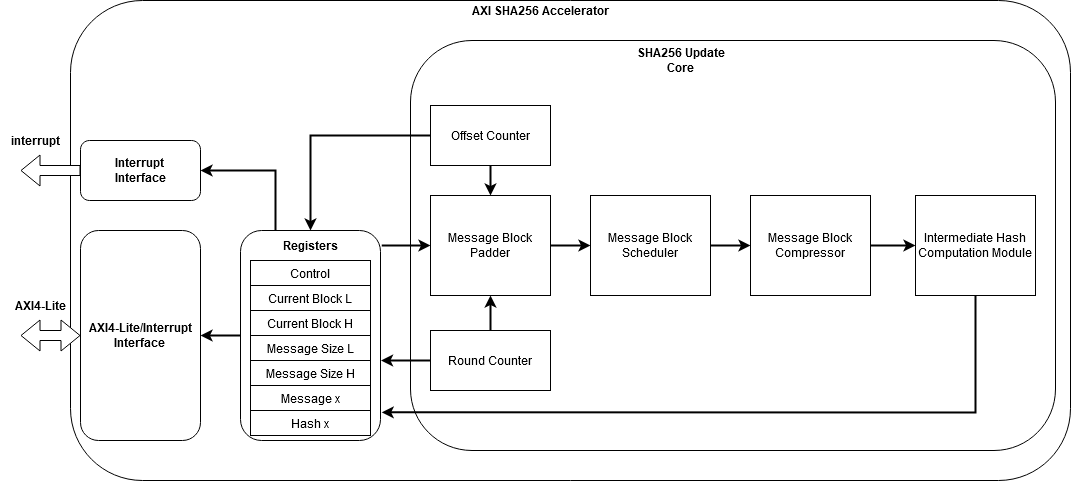
plmwd/sha256-accelerator keeps this draw.io diagram as SHA256-HardwareImplementation-AXI-SHA256.png. Above is the earlier version. Source tidied: cells renumbered, new cells last; positions are measured from the earlier drawing's top-left corner, leaving out a move shared by most shapes. Source of this version:
```xml
<mxGraphModel>
  <root>
    <mxCell id="0" />
    <mxCell id="1" parent="0" />
    <mxCell id="2" style="rounded=1;whiteSpace=wrap;html=1;" parent="1" vertex="1">
      <mxGeometry x="70" width="1000" height="480" as="geometry" />
    </mxCell>
    <mxCell id="3" style="rounded=1;whiteSpace=wrap;html=1;" parent="1" vertex="1">
      <mxGeometry x="410" y="40" width="645" height="410" as="geometry" />
    </mxCell>
    <mxCell id="4" value="&lt;div&gt;&lt;b&gt;AXI4-Lite/Interrupt&lt;/b&gt;&lt;/div&gt;&lt;div&gt;&lt;b&gt;Interface&lt;br&gt;&lt;/b&gt;&lt;/div&gt;" style="rounded=1;whiteSpace=wrap;html=1;" parent="1" vertex="1">
      <mxGeometry x="80" y="230" width="120" height="210" as="geometry" />
    </mxCell>
    <mxCell id="5" style="edgeStyle=orthogonalEdgeStyle;rounded=0;jettySize=auto;html=1;exitX=0.5;exitY=0;exitDx=0;exitDy=0;entryX=0.5;entryY=1;entryDx=0;entryDy=0;strokeWidth=2;" parent="1" edge="1" source="14" target="8">
      <mxGeometry relative="1" as="geometry" />
    </mxCell>
    <mxCell id="6" style="edgeStyle=orthogonalEdgeStyle;rounded=0;jettySize=auto;html=1;exitX=0.5;exitY=1;exitDx=0;exitDy=0;entryX=0.5;entryY=0;entryDx=0;entryDy=0;strokeWidth=2;" parent="1" edge="1" source="16" target="8">
      <mxGeometry relative="1" as="geometry" />
    </mxCell>
    <mxCell id="7" style="edgeStyle=orthogonalEdgeStyle;rounded=0;jettySize=auto;html=1;exitX=1;exitY=0.5;exitDx=0;exitDy=0;entryX=0;entryY=0.5;entryDx=0;entryDy=0;strokeWidth=2;" parent="1" edge="1" source="8" target="10">
      <mxGeometry relative="1" as="geometry" />
    </mxCell>
    <mxCell id="8" value="Message Block Padder" style="rounded=0;whiteSpace=wrap;html=1;" parent="1" vertex="1">
      <mxGeometry x="430" y="195" width="120" height="100" as="geometry" />
    </mxCell>
    <mxCell id="9" style="edgeStyle=orthogonalEdgeStyle;rounded=0;jettySize=auto;html=1;exitX=1;exitY=0.5;exitDx=0;exitDy=0;entryX=0;entryY=0.5;entryDx=0;entryDy=0;strokeWidth=2;" parent="1" edge="1" source="10" target="12">
      <mxGeometry relative="1" as="geometry" />
    </mxCell>
    <mxCell id="10" value="Message Block Scheduler" style="rounded=0;whiteSpace=wrap;html=1;" parent="1" vertex="1">
      <mxGeometry x="590" y="195" width="120" height="100" as="geometry" />
    </mxCell>
    <mxCell id="11" style="edgeStyle=orthogonalEdgeStyle;rounded=0;jettySize=auto;html=1;exitX=1;exitY=0.5;exitDx=0;exitDy=0;entryX=0;entryY=0.5;entryDx=0;entryDy=0;strokeWidth=2;" parent="1" edge="1" source="12" target="18">
      <mxGeometry relative="1" as="geometry" />
    </mxCell>
    <mxCell id="12" value="Message Block Compressor" style="rounded=0;whiteSpace=wrap;html=1;" parent="1" vertex="1">
      <mxGeometry x="750" y="195" width="120" height="100" as="geometry" />
    </mxCell>
    <mxCell id="13" style="edgeStyle=orthogonalEdgeStyle;rounded=0;jettySize=auto;html=1;exitX=0;exitY=0.5;exitDx=0;exitDy=0;entryX=1.004;entryY=0.619;entryDx=0;entryDy=0;entryPerimeter=0;strokeWidth=2;" parent="1" edge="1" source="14" target="29">
      <mxGeometry relative="1" as="geometry" />
    </mxCell>
    <mxCell id="14" value="&lt;div&gt;Round Counter&lt;br&gt;&lt;/div&gt;" style="rounded=0;whiteSpace=wrap;html=1;" parent="1" vertex="1">
      <mxGeometry x="430" y="330" width="120" height="60" as="geometry" />
    </mxCell>
    <mxCell id="15" style="edgeStyle=orthogonalEdgeStyle;rounded=0;jettySize=auto;html=1;exitX=0;exitY=0.5;exitDx=0;exitDy=0;strokeWidth=2;entryX=0.5;entryY=0;entryDx=0;entryDy=0;" parent="1" edge="1" source="16" target="29">
      <mxGeometry relative="1" as="geometry" />
    </mxCell>
    <mxCell id="16" value="Offset Counter" style="rounded=0;whiteSpace=wrap;html=1;" parent="1" vertex="1">
      <mxGeometry x="430" y="105" width="120" height="60" as="geometry" />
    </mxCell>
    <mxCell id="17" style="edgeStyle=orthogonalEdgeStyle;rounded=0;jettySize=auto;html=1;exitX=0.5;exitY=1;exitDx=0;exitDy=0;entryX=1.009;entryY=0.866;entryDx=0;entryDy=0;entryPerimeter=0;strokeWidth=2;" parent="1" edge="1" source="18" target="29">
      <mxGeometry relative="1" as="geometry" />
    </mxCell>
    <mxCell id="18" value="Intermediate Hash Computation Module" style="rounded=0;whiteSpace=wrap;html=1;" parent="1" vertex="1">
      <mxGeometry x="915" y="195" width="120" height="100" as="geometry" />
    </mxCell>
    <mxCell id="19" value="&lt;b&gt;SHA256 Update Core&lt;/b&gt;" style="text;html=1;strokeColor=none;fillColor=none;align=center;verticalAlign=middle;whiteSpace=wrap;rounded=0;" parent="1" vertex="1">
      <mxGeometry x="627.5" y="50" width="105" height="20" as="geometry" />
    </mxCell>
    <mxCell id="20" style="shape=flexArrow;endArrow=classic;html=1;exitX=0;exitY=0.5;exitDx=0;exitDy=0;fillColor=#ffffff;" parent="1" edge="1" source="25">
      <mxGeometry relative="1" as="geometry">
        <mxPoint x="20" y="170" as="targetPoint" />
      </mxGeometry>
    </mxCell>
    <mxCell id="21" value="&lt;div&gt;&lt;b&gt;interrupt&lt;/b&gt;&lt;/div&gt;" style="text;html=1;strokeColor=none;fillColor=none;align=center;verticalAlign=middle;whiteSpace=wrap;rounded=0;" parent="1" vertex="1">
      <mxGeometry y="130" width="70" height="20" as="geometry" />
    </mxCell>
    <mxCell id="22" value="&lt;b&gt;AXI4-Lite&lt;/b&gt;" style="text;html=1;strokeColor=none;fillColor=none;align=center;verticalAlign=middle;whiteSpace=wrap;rounded=0;" parent="1" vertex="1">
      <mxGeometry x="10" y="290" width="60" height="30" as="geometry" />
    </mxCell>
    <mxCell id="23" style="edgeStyle=orthogonalEdgeStyle;rounded=0;jettySize=auto;html=1;exitX=1.009;exitY=0.071;exitDx=0;exitDy=0;entryX=0;entryY=0.5;entryDx=0;entryDy=0;strokeWidth=2;exitPerimeter=0;" parent="1" edge="1" source="29" target="8">
      <mxGeometry relative="1" as="geometry" />
    </mxCell>
    <mxCell id="24" style="edgeStyle=orthogonalEdgeStyle;rounded=0;jettySize=auto;html=1;exitX=0;exitY=0.5;exitDx=0;exitDy=0;entryX=1;entryY=0.5;entryDx=0;entryDy=0;strokeWidth=2;" parent="1" edge="1" source="29" target="4">
      <mxGeometry relative="1" as="geometry" />
    </mxCell>
    <mxCell id="25" value="&lt;div&gt;&lt;b&gt;Interrupt &lt;br&gt;&lt;/b&gt;&lt;/div&gt;&lt;div&gt;&lt;b&gt;Interface&lt;/b&gt;&lt;/div&gt;" style="rounded=1;whiteSpace=wrap;html=1;" parent="1" vertex="1">
      <mxGeometry x="80" y="140" width="120" height="60" as="geometry" />
    </mxCell>
    <mxCell id="26" style="edgeStyle=orthogonalEdgeStyle;rounded=0;jettySize=auto;html=1;exitX=0.25;exitY=0;exitDx=0;exitDy=0;entryX=1;entryY=0.5;entryDx=0;entryDy=0;strokeWidth=2;" parent="1" edge="1" source="29" target="25">
      <mxGeometry relative="1" as="geometry" />
    </mxCell>
    <mxCell id="27" style="group;" parent="1" vertex="1">
      <mxGeometry x="250" y="235" width="140" height="205" as="geometry" />
    </mxCell>
    <mxCell id="28" style="group;" parent="27" vertex="1">
      <mxGeometry y="25" width="140" height="180" as="geometry" />
    </mxCell>
    <mxCell id="29" style="rounded=1;whiteSpace=wrap;html=1;" parent="28" vertex="1">
      <mxGeometry x="-10" y="-30" width="140" height="210" as="geometry" />
    </mxCell>
    <mxCell id="30" value="Current Block H" style="rounded=0;whiteSpace=wrap;html=1;" parent="28" vertex="1">
      <mxGeometry y="50" width="120" height="25" as="geometry" />
    </mxCell>
    <mxCell id="31" value="Current Block L" style="rounded=0;whiteSpace=wrap;html=1;" parent="28" vertex="1">
      <mxGeometry y="25" width="120" height="25" as="geometry" />
    </mxCell>
    <mxCell id="32" value="Control" style="rounded=0;whiteSpace=wrap;html=1;" parent="28" vertex="1">
      <mxGeometry width="120" height="25" as="geometry" />
    </mxCell>
    <mxCell id="33" value="Message Size L" style="rounded=0;whiteSpace=wrap;html=1;" parent="28" vertex="1">
      <mxGeometry y="75" width="120" height="25" as="geometry" />
    </mxCell>
    <mxCell id="34" value="Message Size H" style="rounded=0;whiteSpace=wrap;html=1;" parent="28" vertex="1">
      <mxGeometry y="100" width="120" height="25" as="geometry" />
    </mxCell>
    <mxCell id="35" value="Message x" style="rounded=0;whiteSpace=wrap;html=1;" parent="28" vertex="1">
      <mxGeometry y="125" width="120" height="25" as="geometry" />
    </mxCell>
    <mxCell id="36" value="Hash x" style="rounded=0;whiteSpace=wrap;html=1;" parent="28" vertex="1">
      <mxGeometry y="150" width="120" height="25" as="geometry" />
    </mxCell>
    <mxCell id="37" value="&lt;b&gt;Registers&lt;/b&gt;" style="text;html=1;strokeColor=none;fillColor=none;align=center;verticalAlign=middle;whiteSpace=wrap;rounded=0;" parent="27" vertex="1">
      <mxGeometry x="25" width="70" height="20" as="geometry" />
    </mxCell>
    <mxCell id="38" style="shape=flexArrow;endArrow=classic;startArrow=classic;html=1;exitX=0;exitY=0.5;exitDx=0;exitDy=0;fillColor=#ffffff;" parent="1" edge="1" source="4">
      <mxGeometry relative="1" as="geometry">
        <mxPoint x="20" y="335" as="targetPoint" />
      </mxGeometry>
    </mxCell>
    <mxCell id="39" value="&lt;b&gt;AXI SHA256 Accelerator&lt;/b&gt;" style="text;html=1;strokeColor=none;fillColor=none;align=center;verticalAlign=middle;whiteSpace=wrap;rounded=0;" parent="1" vertex="1">
      <mxGeometry x="455" width="170" height="20" as="geometry" />
    </mxCell>
  </root>
</mxGraphModel>
```
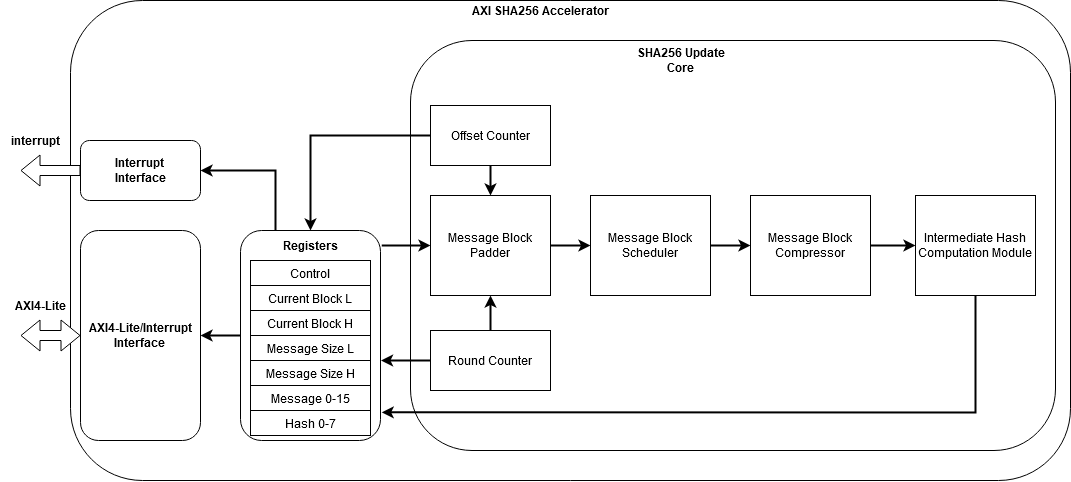
After the change.

What changed in the source:
```diff
@@ -103,10 +103,10 @@
     <mxCell id="34" value="Message Size H" style="rounded=0;whiteSpace=wrap;html=1;" parent="28" vertex="1">
       <mxGeometry y="100" width="120" height="25" as="geometry" />
     </mxCell>
-    <mxCell id="35" value="Message x" style="rounded=0;whiteSpace=wrap;html=1;" parent="28" vertex="1">
+    <mxCell id="35" value="Message 0-15" style="rounded=0;whiteSpace=wrap;html=1;" parent="28" vertex="1">
       <mxGeometry y="125" width="120" height="25" as="geometry" />
     </mxCell>
-    <mxCell id="36" value="Hash x" style="rounded=0;whiteSpace=wrap;html=1;" parent="28" vertex="1">
+    <mxCell id="36" value="Hash 0-7" style="rounded=0;whiteSpace=wrap;html=1;" parent="28" vertex="1">
       <mxGeometry y="150" width="120" height="25" as="geometry" />
     </mxCell>
     <mxCell id="37" value="&lt;b&gt;Registers&lt;/b&gt;" style="text;html=1;strokeColor=none;fillColor=none;align=center;verticalAlign=middle;whiteSpace=wrap;rounded=0;" parent="27" vertex="1">
```
